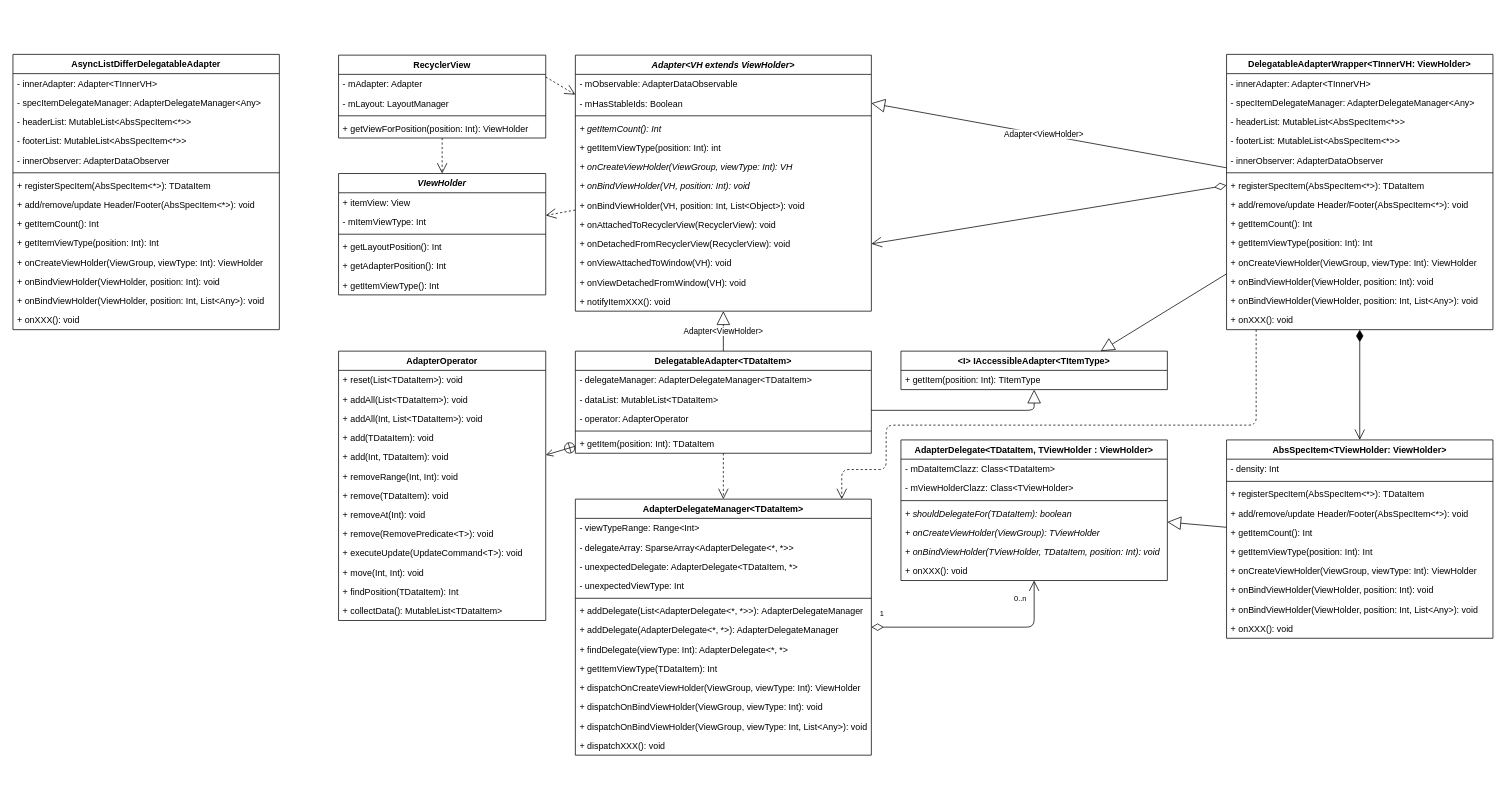
Earlier version of the draw.io diagram GlobalSearch.drawio (Cmdone/Draw.io). Source tidied: cells renumbered, new cells numbered last; positions are measured from the earlier drawing's top-left corner, leaving out a move shared by most shapes. Both pictures are drawn from the tidied source at 74%, with x=0, y=0 at pixel (13, 54).
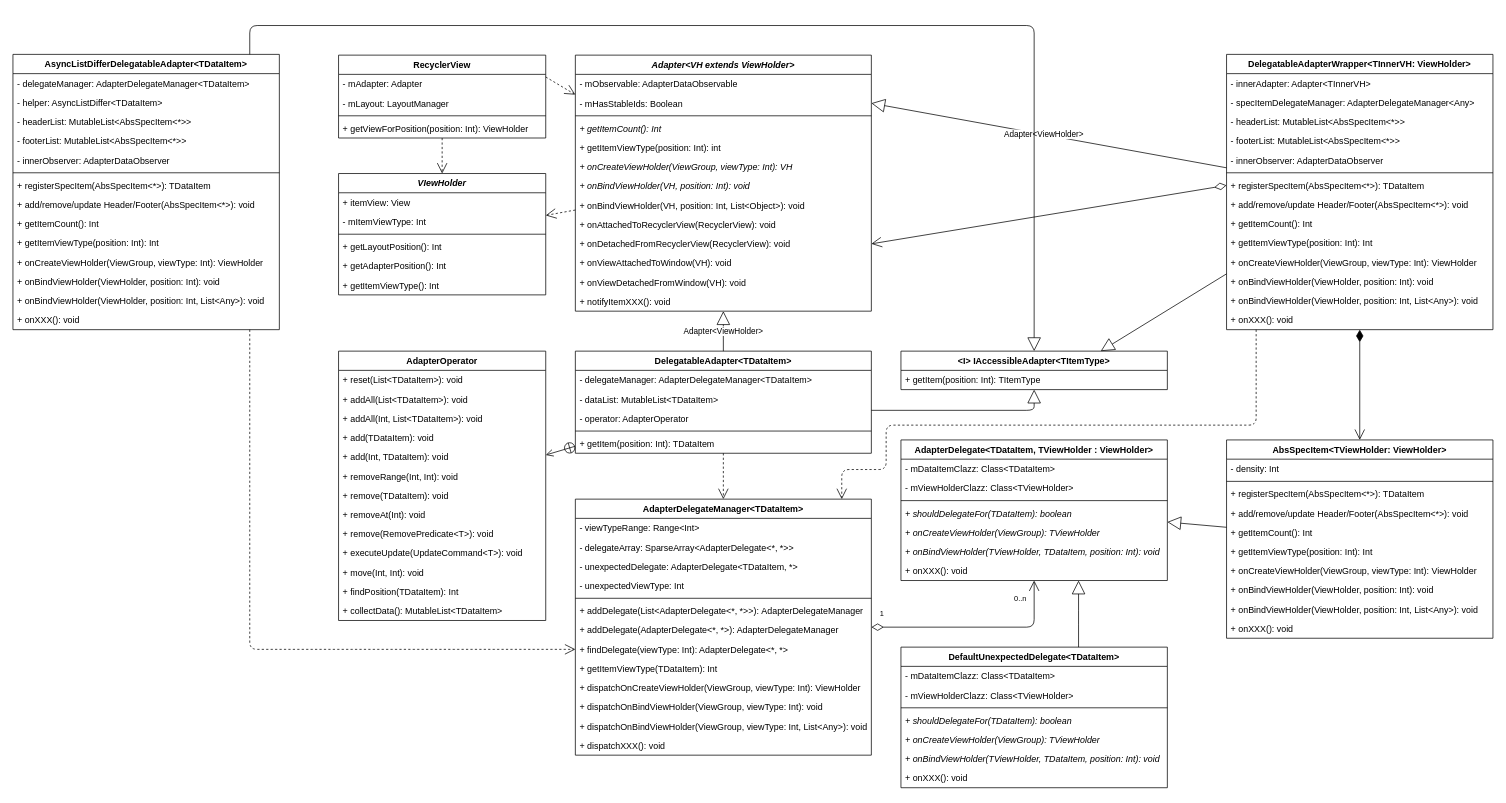
The same diagram, later.

The change refers to these unchanged cells:
```xml
<mxCell id="53" value="AdapterDelegateManager&lt;TDataItem&gt;" style="swimlane;fontStyle=1;align=center;verticalAlign=top;horizontal=1;startSize=26;" parent="1" vertex="1">
  <mxGeometry x="760" y="601" width="400" height="346" as="geometry" />
</mxCell>
<mxCell id="68" value="AdapterDelegate&lt;TDataItem, TViewHolder : ViewHolder&gt;" style="swimlane;fontStyle=1;align=center;verticalAlign=top;horizontal=1;startSize=26;" parent="1" vertex="1">
  <mxGeometry x="1200" y="521" width="360" height="190" as="geometry" />
</mxCell>
<mxCell id="79" value="&lt;I&gt; IAccessibleAdapter&lt;TItemType&gt;" style="swimlane;fontStyle=1;align=center;verticalAlign=top;horizontal=1;startSize=26;" parent="1" vertex="1">
  <mxGeometry x="1200" y="401" width="360" height="52" as="geometry" />
</mxCell>
```

What changed in the source:
```diff
@@
-    <mxCell id="116" value="AsyncListDifferDelegatableAdapter" style="swimlane;fontStyle=1;align=center;verticalAlign=top;horizontal=1;startSize=26;" parent="1" vertex="1">
+    <mxCell id="116" value="AsyncListDifferDelegatableAdapter&lt;TDataItem&gt;" style="swimlane;fontStyle=1;align=center;verticalAlign=top;horizontal=1;startSize=26;" parent="1" vertex="1">
       <mxGeometry width="360" height="372" as="geometry" />
     </mxCell>
-    <mxCell id="117" value="- innerAdapter: Adapter&lt;TInnerVH&gt;" style="text;strokeColor=none;fillColor=none;align=left;verticalAlign=top;spacingLeft=4;spacingRight=4;overflow=hidden;" parent="116" vertex="1">
+    <mxCell id="117" value="- delegateManager: AdapterDelegateManager&lt;TDataItem&gt;" style="text;strokeColor=none;fillColor=none;align=left;verticalAlign=top;spacingLeft=4;spacingRight=4;overflow=hidden;" parent="116" vertex="1">
       <mxGeometry y="26" width="360" height="26" as="geometry" />
     </mxCell>
-    <mxCell id="118" value="- specItemDelegateManager: AdapterDelegateManager&lt;Any&gt;" style="text;strokeColor=none;fillColor=none;align=left;verticalAlign=top;spacingLeft=4;spacingRight=4;overflow=hidden;" parent="116" vertex="1">
+    <mxCell id="118" value="- helper: AsyncListDiffer&lt;TDataItem&gt;" style="text;strokeColor=none;fillColor=none;align=left;verticalAlign=top;spacingLeft=4;spacingRight=4;overflow=hidden;" parent="116" vertex="1">
       <mxGeometry y="52" width="360" height="26" as="geometry" />
     </mxCell>
@@
+    <mxCell id="131" style="endArrow=open;endSize=12;dashed=1;html=1;edgeStyle=orthogonalEdgeStyle;" parent="1" edge="1" source="116" target="53">
+      <mxGeometry relative="1" as="geometry">
+        <Array as="points">
+          <mxPoint x="320" y="804" />
+        </Array>
+      </mxGeometry>
+    </mxCell>
+    <mxCell id="132" value="DefaultUnexpectedDelegate&lt;TDataItem&gt;" style="swimlane;fontStyle=1;align=center;verticalAlign=top;horizontal=1;startSize=26;" parent="1" vertex="1">
+      <mxGeometry x="1200" y="801" width="360" height="190" as="geometry" />
+    </mxCell>
+    <mxCell id="133" value="- mDataItemClazz: Class&lt;TDataItem&gt;" style="text;strokeColor=none;fillColor=none;align=left;verticalAlign=top;spacingLeft=4;spacingRight=4;overflow=hidden;" parent="132" vertex="1">
+      <mxGeometry y="26" width="360" height="26" as="geometry" />
+    </mxCell>
+    <mxCell id="134" value="- mViewHolderClazz: Class&lt;TViewHolder&gt;" style="text;strokeColor=none;fillColor=none;align=left;verticalAlign=top;spacingLeft=4;spacingRight=4;overflow=hidden;" parent="132" vertex="1">
+      <mxGeometry y="52" width="360" height="26" as="geometry" />
+    </mxCell>
+    <mxCell id="135" style="line;strokeWidth=1;fillColor=none;align=left;verticalAlign=middle;spacingTop=-1;spacingLeft=3;spacingRight=3;labelPosition=right;" parent="132" vertex="1">
+      <mxGeometry y="78" width="360" height="8" as="geometry" />
+    </mxCell>
+    <mxCell id="136" value="+ shouldDelegateFor(TDataItem): boolean" style="text;strokeColor=none;fillColor=none;align=left;verticalAlign=top;spacingLeft=4;spacingRight=4;overflow=hidden;fontStyle=2;" parent="132" vertex="1">
+      <mxGeometry y="86" width="360" height="26" as="geometry" />
+    </mxCell>
+    <mxCell id="137" value="+ onCreateViewHolder(ViewGroup): TViewHolder" style="text;strokeColor=none;fillColor=none;align=left;verticalAlign=top;spacingLeft=4;spacingRight=4;overflow=hidden;fontStyle=2;" parent="132" vertex="1">
+      <mxGeometry y="112" width="360" height="26" as="geometry" />
+    </mxCell>
+    <mxCell id="138" value="+ onBindViewHolder(TViewHolder, TDataItem, position: Int): void" style="text;strokeColor=none;fillColor=none;align=left;verticalAlign=top;spacingLeft=4;spacingRight=4;overflow=hidden;fontStyle=2;" parent="132" vertex="1">
+      <mxGeometry y="138" width="360" height="26" as="geometry" />
+    </mxCell>
+    <mxCell id="139" value="+ onXXX(): void" style="text;strokeColor=none;fillColor=none;align=left;verticalAlign=top;spacingLeft=4;spacingRight=4;overflow=hidden;fontStyle=0;" parent="132" vertex="1">
+      <mxGeometry y="164" width="360" height="26" as="geometry" />
+    </mxCell>
+    <mxCell id="140" style="endArrow=block;endSize=16;endFill=0;html=1;edgeStyle=orthogonalEdgeStyle;" parent="1" edge="1" source="132" target="68">
+      <mxGeometry x="-0.1" relative="1" as="geometry">
+        <Array as="points">
+          <mxPoint x="1440" y="761" />
+          <mxPoint x="1440" y="761" />
+        </Array>
+      </mxGeometry>
+    </mxCell>
+    <mxCell id="141" style="endArrow=block;endSize=16;endFill=0;html=1;edgeStyle=orthogonalEdgeStyle;" parent="1" edge="1" source="116" target="79">
+      <mxGeometry x="-0.1" relative="1" as="geometry">
+        <Array as="points">
+          <mxPoint x="320" y="-39" />
+          <mxPoint x="1380" y="-39" />
+        </Array>
+      </mxGeometry>
+    </mxCell>
```
